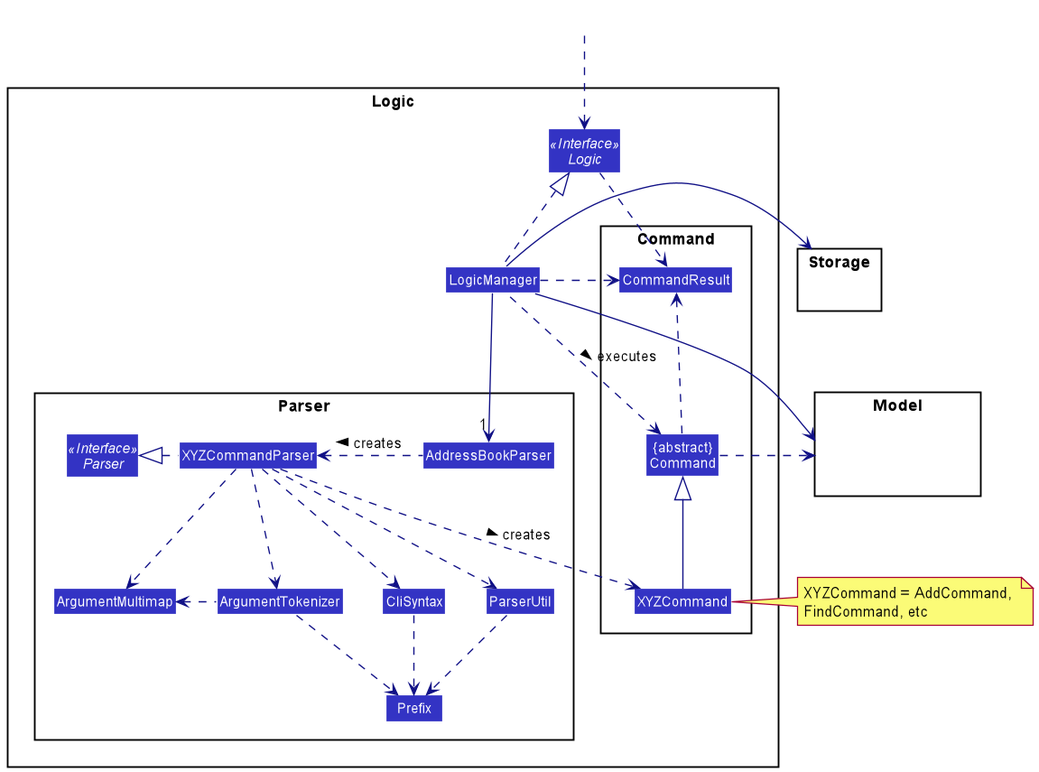
nus-cs2103-AY2021S2/tp keeps this PlantUML diagram as docs/images/LogicClassDiagram.png. Above is the earlier version.
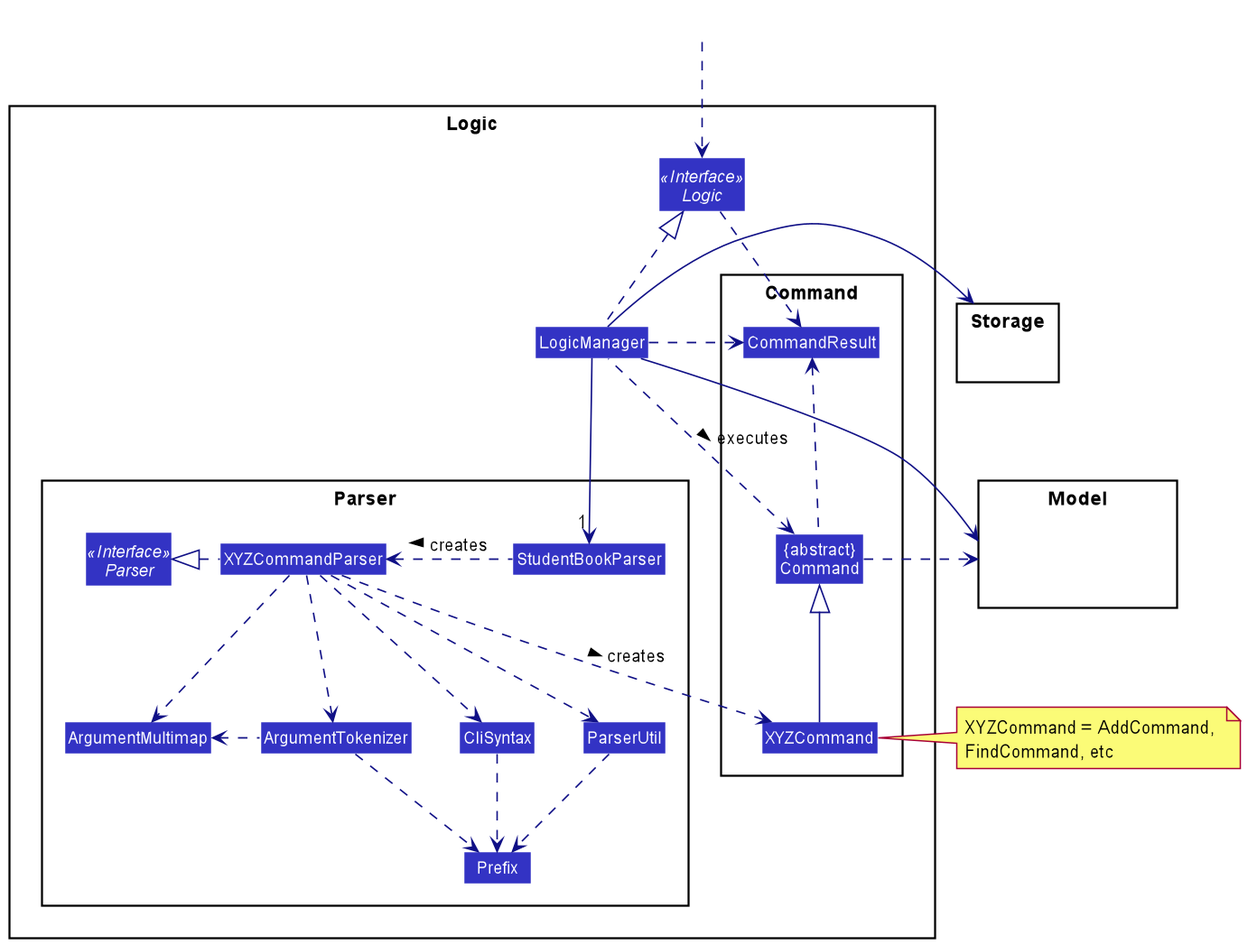
Later version of the same file.

What changed in the source:
```diff
@@ -8,7 +8,7 @@
 
 package Parser {
 Interface Parser <<Interface>>
-Class AddressBookParser
+Class StudentBookParser
 Class XYZCommandParser
 Class CliSyntax
 Class ParserUtil
@@ -39,8 +39,8 @@
 HiddenOutside ..> Logic
 
 LogicManager .up.|> Logic
-LogicManager -->"1" AddressBookParser
-AddressBookParser .left.> XYZCommandParser: creates >
+LogicManager -->"1" StudentBookParser
+StudentBookParser .left.> XYZCommandParser: creates >
 
 XYZCommandParser ..> XYZCommand : creates >
 XYZCommandParser .left.|> Parser
```
